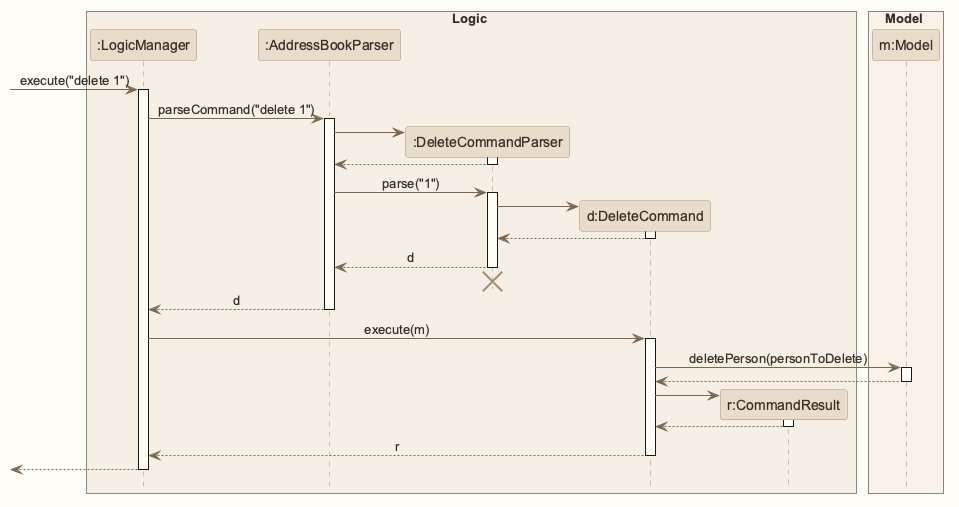
Earlier version of the PlantUML export docs/images/DeleteSequenceDiagram.png (AY2627S1-CS2103T-W12-1/tp). Source of this version:
```plantuml
@startuml
!pragma layout smetana
!include style.puml
skinparam ArrowFontStyle plain

box Logic LOGIC_COLOR_T1
participant ":LogicManager" as LogicManager LOGIC_COLOR
participant ":AddressBookParser" as AddressBookParser LOGIC_COLOR
participant ":DeleteCommandParser" as DeleteCommandParser LOGIC_COLOR
participant "d:DeleteCommand" as DeleteCommand LOGIC_COLOR
participant "r:CommandResult" as CommandResult LOGIC_COLOR
end box

box Model MODEL_COLOR_T1
participant "m:Model" as Model MODEL_COLOR
end box

[-> LogicManager : execute("delete 1")
activate LogicManager

LogicManager -> AddressBookParser : parseCommand("delete 1")
activate AddressBookParser

create DeleteCommandParser
AddressBookParser -> DeleteCommandParser
activate DeleteCommandParser

DeleteCommandParser --> AddressBookParser
deactivate DeleteCommandParser

AddressBookParser -> DeleteCommandParser : parse("1")
activate DeleteCommandParser

create DeleteCommand
DeleteCommandParser -> DeleteCommand
activate DeleteCommand

DeleteCommand --> DeleteCommandParser :
deactivate DeleteCommand

DeleteCommandParser --> AddressBookParser : d
deactivate DeleteCommandParser
DeleteCommandParser -[hidden]-> AddressBookParser
destroy DeleteCommandParser

AddressBookParser --> LogicManager : d
deactivate AddressBookParser

LogicManager -> DeleteCommand : execute(m)
activate DeleteCommand

DeleteCommand -> Model : deletePerson(personToDelete)
activate Model

Model --> DeleteCommand
deactivate Model

create CommandResult
DeleteCommand -> CommandResult
activate CommandResult

CommandResult --> DeleteCommand
deactivate CommandResult

DeleteCommand --> LogicManager : r
deactivate DeleteCommand

[<--LogicManager
deactivate LogicManager
@enduml
```
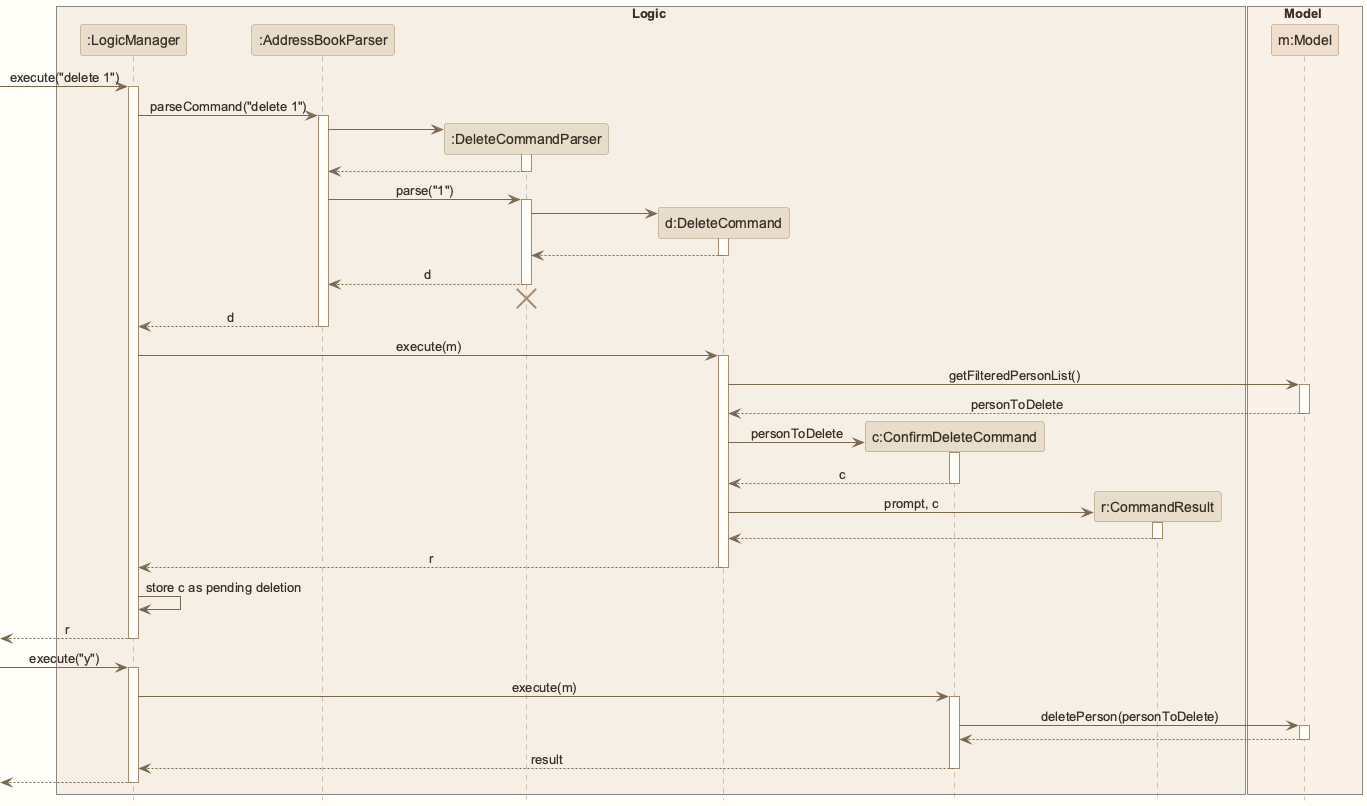
The same diagram one commit later.

What changed in the source:
```diff
@@ -1,5 +1,4 @@
 @startuml
-!pragma layout smetana
 !include style.puml
 skinparam ArrowFontStyle plain
 
@@ -8,6 +7,7 @@
 participant ":AddressBookParser" as AddressBookParser LOGIC_COLOR
 participant ":DeleteCommandParser" as DeleteCommandParser LOGIC_COLOR
 participant "d:DeleteCommand" as DeleteCommand LOGIC_COLOR
+participant "c:ConfirmDeleteCommand" as ConfirmDeleteCommand LOGIC_COLOR
 participant "r:CommandResult" as CommandResult LOGIC_COLOR
 end box
 
@@ -49,14 +49,21 @@
 LogicManager -> DeleteCommand : execute(m)
 activate DeleteCommand
 
-DeleteCommand -> Model : deletePerson(personToDelete)
+DeleteCommand -> Model : getFilteredPersonList()
 activate Model
 
-Model --> DeleteCommand
+Model --> DeleteCommand : personToDelete
 deactivate Model
 
+create ConfirmDeleteCommand
+DeleteCommand -> ConfirmDeleteCommand : personToDelete
+activate ConfirmDeleteCommand
+
+ConfirmDeleteCommand --> DeleteCommand : c
+deactivate ConfirmDeleteCommand
+
 create CommandResult
-DeleteCommand -> CommandResult
+DeleteCommand -> CommandResult : prompt, c
 activate CommandResult
 
 CommandResult --> DeleteCommand
@@ -65,6 +72,26 @@
 DeleteCommand --> LogicManager : r
 deactivate DeleteCommand
 
+LogicManager -> LogicManager : store c as pending deletion
+
+[<--LogicManager : r
+deactivate LogicManager
+
+[-> LogicManager : execute("y")
+activate LogicManager
+
+LogicManager -> ConfirmDeleteCommand : execute(m)
+activate ConfirmDeleteCommand
+
+ConfirmDeleteCommand -> Model : deletePerson(personToDelete)
+activate Model
+
+Model --> ConfirmDeleteCommand
+deactivate Model
+
+ConfirmDeleteCommand --> LogicManager : result
+deactivate ConfirmDeleteCommand
+
 [<--LogicManager
 deactivate LogicManager
 @enduml
```
